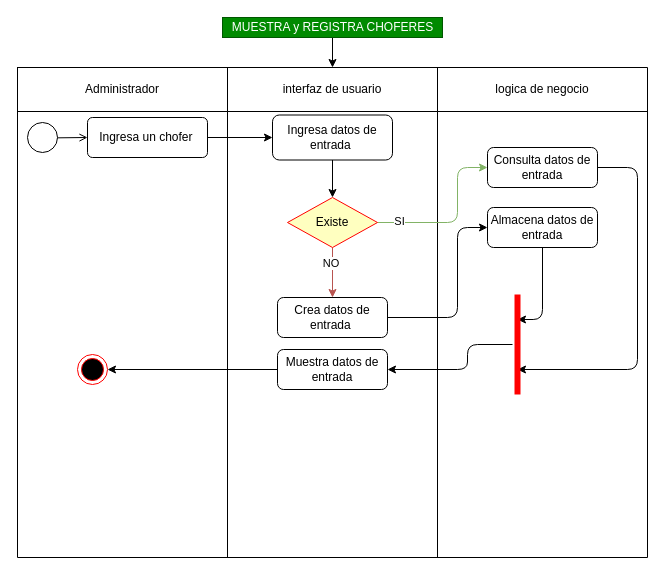
The draw.io diagram Diagramas_Actividad/DAA.14.1.drawio in DavidArtavia/Activity_Diagram-, before the edit. Source tidied: cells renumbered, new cells numbered last; positions are measured from the earlier drawing's top-left corner, leaving out a move shared by most shapes. Both pictures are drawn from the tidied source at 100%, with x=0, y=0 at pixel (17, 17).
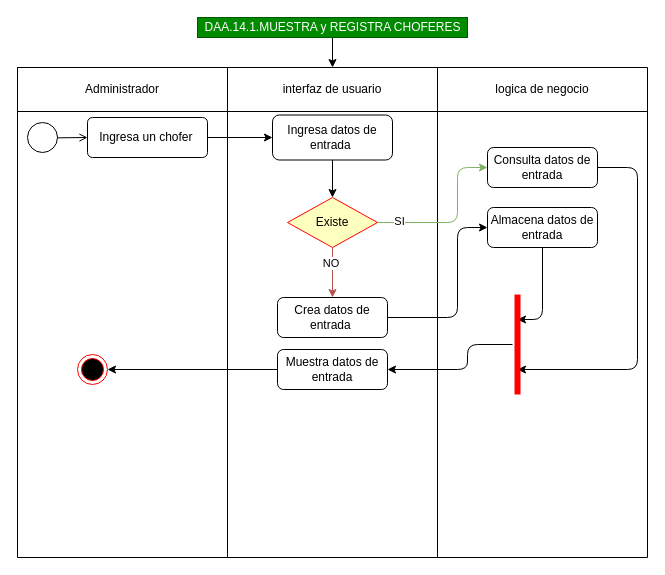
The same diagram, later.

The edit, as a diff of the source:
```diff
@@
-    <mxCell id="19" value="MUESTRA y REGISTRA CHOFERES" style="text;html=1;align=center;verticalAlign=middle;points=[];rounded=0;fillColor=#008a00;fontColor=#ffffff;strokeColor=#005700;" parent="1" vertex="1">
-      <mxGeometry x="205" width="220" height="20" as="geometry" />
+    <mxCell id="19" value="DAA.14.1.MUESTRA y REGISTRA CHOFERES" style="text;html=1;align=center;verticalAlign=middle;points=[];rounded=0;fillColor=#008a00;fontColor=#ffffff;strokeColor=#005700;" parent="1" vertex="1">
+      <mxGeometry x="180" width="270" height="20" as="geometry" />
     </mxCell>
```
